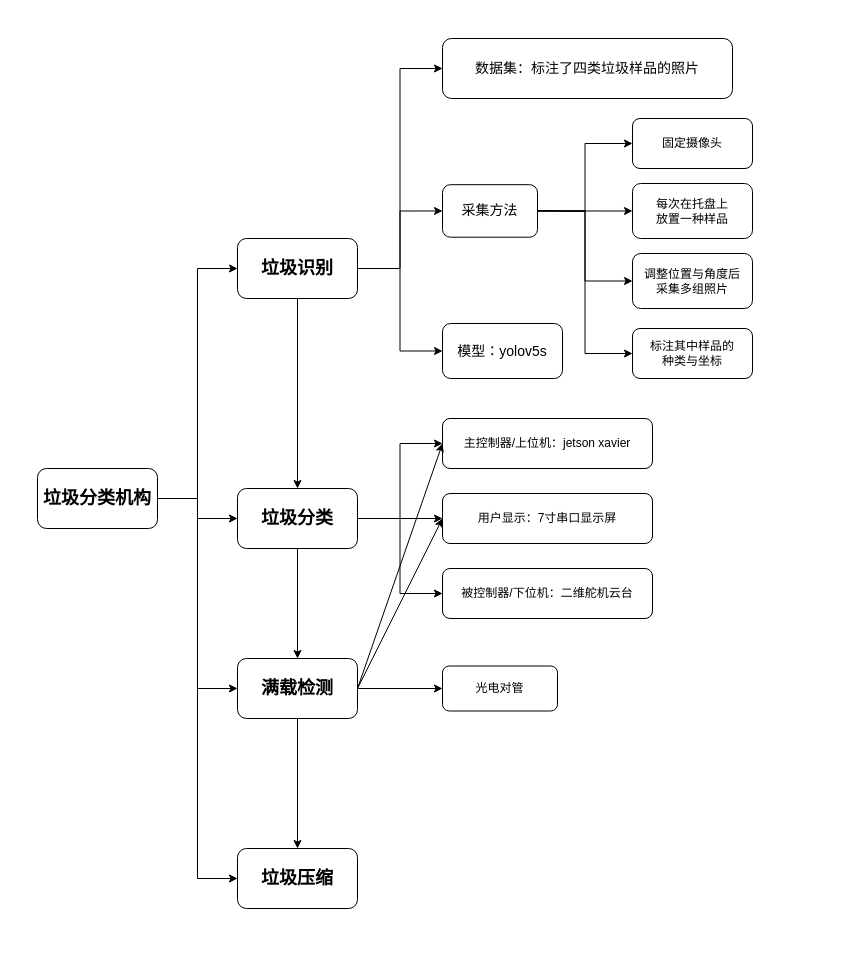
Earlier version of the draw.io diagram rubbish.drawio (asandstar/ArduinoBalanceCar). Source tidied: cells renumbered, new cells numbered last; positions are measured from the earlier drawing's top-left corner, leaving out a move shared by most shapes. Both pictures are drawn from the tidied source at 100%, with x=0, y=0 at pixel (37, 38).
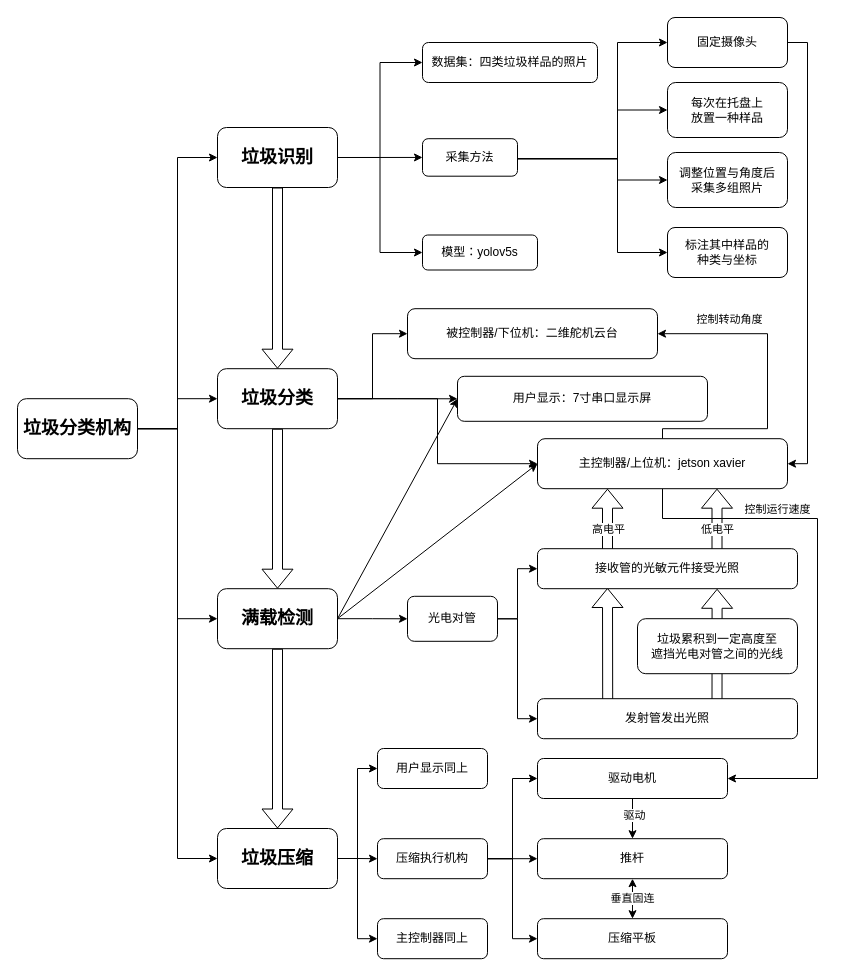
After the change.

Change to the diagram source:
```diff
@@
-    <mxCell id="2" style="edgeStyle=orthogonalEdgeStyle;rounded=0;jettySize=auto;html=1;exitX=1;exitY=0.5;exitDx=0;exitDy=0;entryX=0;entryY=0.5;entryDx=0;entryDy=0;" parent="1" edge="1" source="6" target="10">
-      <mxGeometry relative="1" as="geometry">
-        <Array as="points">
-          <mxPoint x="160" y="460" />
-          <mxPoint x="160" y="230" />
-        </Array>
-      </mxGeometry>
-    </mxCell>
@@
+    <mxCell id="2" style="edgeStyle=orthogonalEdgeStyle;rounded=0;jettySize=auto;html=1;exitX=1;exitY=0.5;exitDx=0;exitDy=0;entryX=0;entryY=0.5;entryDx=0;entryDy=0;" parent="1" edge="1" source="6" target="10">
+      <mxGeometry relative="1" as="geometry" />
+    </mxCell>
-    <mxCell id="5" style="edgeStyle=orthogonalEdgeStyle;rounded=0;jettySize=auto;html=1;entryX=0;entryY=0.5;entryDx=0;entryDy=0;" parent="1" edge="1" source="6" target="17">
-      <mxGeometry relative="1" as="geometry">
-        <Array as="points">
-          <mxPoint x="160" y="460" />
-          <mxPoint x="160" y="840" />
-        </Array>
-      </mxGeometry>
+    <mxCell id="5" style="edgeStyle=orthogonalEdgeStyle;rounded=0;jettySize=auto;html=1;exitX=1;exitY=0.5;exitDx=0;exitDy=0;entryX=0;entryY=0.5;entryDx=0;entryDy=0;" parent="1" edge="1" source="6" target="17">
+      <mxGeometry relative="1" as="geometry" />
     </mxCell>
     <mxCell id="6" value="&lt;b&gt;&lt;font style=&quot;font-size: 18px;&quot;&gt;垃圾分类机构&lt;/font&gt;&lt;/b&gt;" style="rounded=1;whiteSpace=wrap;html=1;" parent="1" vertex="1">
-      <mxGeometry y="430" width="120" height="60" as="geometry" />
+      <mxGeometry x="-20" y="360.2" width="120" height="60" as="geometry" />
     </mxCell>
@@
     <mxCell id="10" value="&lt;b&gt;&lt;font style=&quot;font-size: 18px;&quot;&gt;垃圾识别&lt;/font&gt;&lt;/b&gt;" style="rounded=1;whiteSpace=wrap;html=1;" parent="1" vertex="1">
-      <mxGeometry x="200" y="200" width="120" height="60" as="geometry" />
+      <mxGeometry x="180" y="89" width="120" height="60" as="geometry" />
     </mxCell>
@@
     <mxCell id="12" value="&lt;b&gt;&lt;font style=&quot;font-size: 18px;&quot;&gt;满载检测&lt;/font&gt;&lt;/b&gt;" style="rounded=1;whiteSpace=wrap;html=1;" parent="1" vertex="1">
-      <mxGeometry x="200" y="620" width="120" height="60" as="geometry" />
+      <mxGeometry x="180" y="550.2" width="120" height="60" as="geometry" />
     </mxCell>
@@
-    <mxCell id="14" style="edgeStyle=orthogonalEdgeStyle;rounded=0;jettySize=auto;html=1;exitX=1;exitY=0.5;exitDx=0;exitDy=0;entryX=0;entryY=0.5;entryDx=0;entryDy=0;" parent="1" edge="1" source="16" target="33">
+    <mxCell id="14" style="edgeStyle=orthogonalEdgeStyle;rounded=0;jettySize=auto;html=1;exitX=1;exitY=0.5;exitDx=0;exitDy=0;entryX=0;entryY=0.5;entryDx=0;entryDy=0;fontSize=14;" parent="1" edge="1" source="16" target="33">
       <mxGeometry relative="1" as="geometry" />
     </mxCell>
@@
     <mxCell id="16" value="&lt;b&gt;&lt;font style=&quot;font-size: 18px;&quot;&gt;垃圾分类&lt;/font&gt;&lt;/b&gt;" style="rounded=1;whiteSpace=wrap;html=1;" parent="1" vertex="1">
-      <mxGeometry x="200" y="450" width="120" height="60" as="geometry" />
+      <mxGeometry x="180" y="330.2" width="120" height="60" as="geometry" />
     </mxCell>
+    <mxCell id="38" style="edgeStyle=orthogonalEdgeStyle;rounded=0;jettySize=auto;html=1;exitX=1;exitY=0.5;exitDx=0;exitDy=0;entryX=0;entryY=0.5;entryDx=0;entryDy=0;" parent="1" edge="1" source="17" target="60">
+      <mxGeometry relative="1" as="geometry" />
+    </mxCell>
+    <mxCell id="39" style="edgeStyle=orthogonalEdgeStyle;rounded=0;jettySize=auto;html=1;exitX=1;exitY=0.5;exitDx=0;exitDy=0;entryX=0;entryY=0.5;entryDx=0;entryDy=0;" parent="1" edge="1" source="17" target="67">
+      <mxGeometry relative="1" as="geometry" />
+    </mxCell>
+    <mxCell id="40" style="edgeStyle=orthogonalEdgeStyle;rounded=0;jettySize=auto;html=1;exitX=1;exitY=0.5;exitDx=0;exitDy=0;entryX=0;entryY=0.5;entryDx=0;entryDy=0;" parent="1" edge="1" source="17" target="68">
+      <mxGeometry relative="1" as="geometry" />
+    </mxCell>
     <mxCell id="17" value="&lt;b&gt;&lt;font style=&quot;font-size: 18px;&quot;&gt;垃圾压缩&lt;/font&gt;&lt;/b&gt;" style="rounded=1;whiteSpace=wrap;html=1;" parent="1" vertex="1">
-      <mxGeometry x="200" y="810" width="120" height="60" as="geometry" />
+      <mxGeometry x="180" y="790" width="120" height="60" as="geometry" />
     </mxCell>
-    <mxCell id="18" style="endArrow=classic;html=1;rounded=0;exitX=0.5;exitY=1;exitDx=0;exitDy=0;entryX=0.5;entryY=0;entryDx=0;entryDy=0;" parent="1" edge="1" source="10" target="16">
+    <mxCell id="18" style="endArrow=classic;html=1;rounded=0;exitX=0.5;exitY=1;exitDx=0;exitDy=0;entryX=0.5;entryY=0;entryDx=0;entryDy=0;shape=flexArrow;" parent="1" edge="1" source="10" target="16">
       <mxGeometry relative="1" as="geometry" />
     </mxCell>
-    <mxCell id="19" style="endArrow=classic;html=1;rounded=0;exitX=0.5;exitY=1;exitDx=0;exitDy=0;entryX=0.5;entryY=0;entryDx=0;entryDy=0;" parent="1" edge="1" source="16" target="12">
+    <mxCell id="19" style="endArrow=classic;html=1;rounded=0;exitX=0.5;exitY=1;exitDx=0;exitDy=0;entryX=0.5;entryY=0;entryDx=0;entryDy=0;shape=flexArrow;" parent="1" edge="1" source="16" target="12">
       <mxGeometry relative="1" as="geometry" />
     </mxCell>
-    <mxCell id="20" style="endArrow=classic;html=1;rounded=0;exitX=0.5;exitY=1;exitDx=0;exitDy=0;entryX=0.5;entryY=0;entryDx=0;entryDy=0;" parent="1" edge="1" source="12" target="17">
+    <mxCell id="20" style="endArrow=classic;html=1;rounded=0;exitX=0.5;exitY=1;exitDx=0;exitDy=0;entryX=0.5;entryY=0;entryDx=0;entryDy=0;shape=flexArrow;" parent="1" edge="1" source="12" target="17">
       <mxGeometry relative="1" as="geometry" />
     </mxCell>
-    <mxCell id="21" value="&lt;font style=&quot;font-size: 14px;&quot;&gt;&lt;span style=&quot;&quot; lang=&quot;EN-US&quot;&gt;模型：&lt;/span&gt;&lt;span style=&quot;font-family: Calibri, sans-serif;&quot; lang=&quot;EN-US&quot;&gt;yolov5s&lt;/span&gt;&lt;/font&gt;" style="rounded=1;whiteSpace=wrap;html=1;" parent="1" vertex="1">
-      <mxGeometry x="405" y="285" width="120" height="55" as="geometry" />
+    <mxCell id="21" value="&lt;font style=&quot;font-size: 12px;&quot;&gt;&lt;span style=&quot;&quot; lang=&quot;EN-US&quot;&gt;模型：&lt;/span&gt;&lt;span style=&quot;font-family: Calibri, sans-serif;&quot; lang=&quot;EN-US&quot;&gt;yolov5s&lt;/span&gt;&lt;/font&gt;" style="rounded=1;whiteSpace=wrap;html=1;" parent="1" vertex="1">
+      <mxGeometry x="385" y="196.5" width="115" height="35" as="geometry" />
     </mxCell>
-    <mxCell id="22" value="&lt;font style=&quot;&quot;&gt;&lt;font style=&quot;font-size: 14px;&quot;&gt;数据集：标注了四类垃圾样品的照片&lt;/font&gt;&lt;br&gt;&lt;/font&gt;" style="rounded=1;whiteSpace=wrap;html=1;" parent="1" vertex="1">
-      <mxGeometry x="405" width="290" height="60" as="geometry" />
+    <mxCell id="22" value="&lt;font style=&quot;&quot;&gt;&lt;font style=&quot;font-size: 12px;&quot;&gt;数据集：四类垃圾样品的照片&lt;/font&gt;&lt;br&gt;&lt;/font&gt;" style="rounded=1;whiteSpace=wrap;html=1;" parent="1" vertex="1">
+      <mxGeometry x="385" y="4" width="175" height="40" as="geometry" />
     </mxCell>
     <mxCell id="23" style="edgeStyle=orthogonalEdgeStyle;rounded=0;jettySize=auto;html=1;exitX=1;exitY=0.5;exitDx=0;exitDy=0;entryX=0;entryY=0.5;entryDx=0;entryDy=0;" parent="1" edge="1" source="27" target="28">
-      <mxGeometry relative="1" as="geometry" />
+      <mxGeometry relative="1" as="geometry">
+        <Array as="points">
+          <mxPoint x="480" y="120.2" />
+          <mxPoint x="580" y="120.2" />
+          <mxPoint x="580" y="4.2" />
+        </Array>
+      </mxGeometry>
     </mxCell>
     <mxCell id="24" style="edgeStyle=orthogonalEdgeStyle;rounded=0;jettySize=auto;html=1;exitX=1;exitY=0.5;exitDx=0;exitDy=0;entryX=0;entryY=0.5;entryDx=0;entryDy=0;" parent="1" edge="1" source="27" target="29">
-      <mxGeometry relative="1" as="geometry" />
+      <mxGeometry relative="1" as="geometry">
+        <Array as="points">
+          <mxPoint x="480" y="120.2" />
+          <mxPoint x="580" y="120.2" />
+          <mxPoint x="580" y="71.2" />
+        </Array>
+      </mxGeometry>
     </mxCell>
     <mxCell id="25" style="edgeStyle=orthogonalEdgeStyle;rounded=0;jettySize=auto;html=1;exitX=1;exitY=0.5;exitDx=0;exitDy=0;entryX=0;entryY=0.5;entryDx=0;entryDy=0;" parent="1" edge="1" source="27" target="30">
-      <mxGeometry relative="1" as="geometry" />
+      <mxGeometry relative="1" as="geometry">
+        <Array as="points">
+          <mxPoint x="480" y="120.2" />
+          <mxPoint x="580" y="120.2" />
+          <mxPoint x="580" y="141.2" />
+        </Array>
+      </mxGeometry>
     </mxCell>
     <mxCell id="26" style="edgeStyle=orthogonalEdgeStyle;rounded=0;jettySize=auto;html=1;exitX=1;exitY=0.5;exitDx=0;exitDy=0;entryX=0;entryY=0.5;entryDx=0;entryDy=0;" parent="1" edge="1" source="27" target="31">
-      <mxGeometry relative="1" as="geometry" />
+      <mxGeometry relative="1" as="geometry">
+        <Array as="points">
+          <mxPoint x="480" y="120.2" />
+          <mxPoint x="580" y="120.2" />
+          <mxPoint x="580" y="214.2" />
+        </Array>
+      </mxGeometry>
     </mxCell>
-    <mxCell id="27" value="&lt;font style=&quot;font-size: 14px;&quot;&gt;采集方法&lt;/font&gt;" style="rounded=1;whiteSpace=wrap;html=1;" parent="1" vertex="1">
-      <mxGeometry x="405" y="146.2" width="95" height="52.5" as="geometry" />
+    <mxCell id="27" value="&lt;font style=&quot;font-size: 12px;&quot;&gt;采集方法&lt;/font&gt;" style="rounded=1;whiteSpace=wrap;html=1;" parent="1" vertex="1">
+      <mxGeometry x="385" y="100.2" width="95" height="37.5" as="geometry" />
     </mxCell>
+    <mxCell id="41" style="edgeStyle=orthogonalEdgeStyle;rounded=0;jettySize=auto;html=1;exitX=1;exitY=0.5;exitDx=0;exitDy=0;entryX=1;entryY=0.5;entryDx=0;entryDy=0;" parent="1" edge="1" source="28" target="32">
+      <mxGeometry relative="1" as="geometry">
+        <Array as="points">
+          <mxPoint x="770" y="4.2" />
+          <mxPoint x="770" y="425.2" />
+        </Array>
+      </mxGeometry>
+    </mxCell>
     <mxCell id="28" value="固定摄像头" style="rounded=1;whiteSpace=wrap;html=1;" parent="1" vertex="1">
-      <mxGeometry x="595" y="80" width="120" height="50" as="geometry" />
+      <mxGeometry x="630" y="-21" width="120" height="50" as="geometry" />
     </mxCell>
     <mxCell id="29" value="每次在托盘上&lt;br&gt;放置一种样品" style="rounded=1;whiteSpace=wrap;html=1;" parent="1" vertex="1">
-      <mxGeometry x="595" y="145" width="120" height="55" as="geometry" />
+      <mxGeometry x="630" y="44" width="120" height="55" as="geometry" />
     </mxCell>
     <mxCell id="30" value="调整位置与角度后&lt;br&gt;采集多组照片" style="rounded=1;whiteSpace=wrap;html=1;" parent="1" vertex="1">
-      <mxGeometry x="595" y="215" width="120" height="55" as="geometry" />
+      <mxGeometry x="630" y="114" width="120" height="55" as="geometry" />
     </mxCell>
     <mxCell id="31" value="&lt;font style=&quot;font-size: 12px;&quot;&gt;标注其中样品的&lt;br&gt;种类与坐标&lt;/font&gt;" style="rounded=1;whiteSpace=wrap;html=1;" parent="1" vertex="1">
-      <mxGeometry x="595" y="290" width="120" height="50" as="geometry" />
+      <mxGeometry x="630" y="189" width="120" height="50" as="geometry" />
     </mxCell>
+    <mxCell id="42" style="edgeStyle=orthogonalEdgeStyle;rounded=0;jettySize=auto;html=1;exitX=0.5;exitY=0;exitDx=0;exitDy=0;entryX=1;entryY=0.5;entryDx=0;entryDy=0;" parent="1" edge="1" source="32" target="33">
+      <mxGeometry relative="1" as="geometry">
+        <Array as="points">
+          <mxPoint x="625" y="390.2" />
+          <mxPoint x="730" y="390.2" />
+          <mxPoint x="730" y="295.2" />
+        </Array>
+      </mxGeometry>
+    </mxCell>
+    <mxCell id="43" value="控制转动角度" style="edgeLabel;html=1;align=center;verticalAlign=middle;" parent="42" vertex="1">
+      <mxGeometry x="0.62" y="-2" relative="1" as="geometry">
+        <mxPoint x="10" y="-13" as="offset" />
+      </mxGeometry>
+    </mxCell>
+    <mxCell id="44" style="edgeStyle=orthogonalEdgeStyle;rounded=0;jettySize=auto;html=1;exitX=0.5;exitY=1;exitDx=0;exitDy=0;entryX=1;entryY=0.5;entryDx=0;entryDy=0;" parent="1" edge="1" source="32" target="64">
+      <mxGeometry relative="1" as="geometry">
+        <Array as="points">
+          <mxPoint x="625" y="480" />
+          <mxPoint x="780" y="480" />
+          <mxPoint x="780" y="740" />
+        </Array>
+      </mxGeometry>
+    </mxCell>
+    <mxCell id="45" value="控制运行速度" style="edgeLabel;html=1;align=center;verticalAlign=middle;" parent="44" vertex="1">
+      <mxGeometry x="-0.58" y="1" relative="1" as="geometry">
+        <mxPoint x="32" y="-9" as="offset" />
+      </mxGeometry>
+    </mxCell>
     <mxCell id="32" value="主控制器/上位机：jetson xavier" style="rounded=1;whiteSpace=wrap;html=1;" parent="1" vertex="1">
-      <mxGeometry x="405" y="380" width="210" height="50" as="geometry" />
+      <mxGeometry x="500" y="400.2" width="250" height="50" as="geometry" />
     </mxCell>
     <mxCell id="33" value="被控制器/下位机：二维舵机云台" style="rounded=1;whiteSpace=wrap;html=1;" parent="1" vertex="1">
-      <mxGeometry x="405" y="530" width="210" height="50" as="geometry" />
+      <mxGeometry x="370" y="270.2" width="250" height="50" as="geometry" />
     </mxCell>
     <mxCell id="34" value="用户显示：7寸串口显示屏" style="rounded=1;whiteSpace=wrap;html=1;" parent="1" vertex="1">
-      <mxGeometry x="405" y="455" width="210" height="50" as="geometry" />
+      <mxGeometry x="420" y="337.8" width="250" height="45" as="geometry" />
     </mxCell>
+    <mxCell id="46" style="edgeStyle=orthogonalEdgeStyle;rounded=0;jettySize=auto;html=1;exitX=1;exitY=0.5;exitDx=0;exitDy=0;entryX=0;entryY=0.5;entryDx=0;entryDy=0;" parent="1" edge="1" source="35" target="56">
+      <mxGeometry relative="1" as="geometry" />
+    </mxCell>
+    <mxCell id="47" style="edgeStyle=orthogonalEdgeStyle;rounded=0;jettySize=auto;html=1;exitX=1;exitY=0.5;exitDx=0;exitDy=0;entryX=0;entryY=0.5;entryDx=0;entryDy=0;" parent="1" edge="1" source="35" target="66">
+      <mxGeometry relative="1" as="geometry" />
+    </mxCell>
     <mxCell id="35" value="光电对管" style="rounded=1;whiteSpace=wrap;html=1;" parent="1" vertex="1">
-      <mxGeometry x="405" y="627.5" width="115" height="45" as="geometry" />
+      <mxGeometry x="370" y="557.8" width="90" height="45" as="geometry" />
     </mxCell>
@@
+    <mxCell id="48" style="edgeStyle=orthogonalEdgeStyle;rounded=0;orthogonalLoop=1;jettySize=auto;html=1;exitX=0.5;exitY=1;exitDx=0;exitDy=0;" parent="1" edge="1">
+      <mxGeometry relative="1" as="geometry">
+        <mxPoint x="630" y="440.2" as="sourcePoint" />
+        <mxPoint x="630" y="440.2" as="targetPoint" />
+      </mxGeometry>
+    </mxCell>
+    <mxCell id="49" style="shape=flexArrow;endArrow=classic;html=1;rounded=0;entryX=0.153;entryY=-0.073;entryDx=0;entryDy=0;entryPerimeter=0;" parent="1" edge="1">
+      <mxGeometry relative="1" as="geometry">
+        <mxPoint x="570.2" y="666" as="sourcePoint" />
+        <mxPoint x="570" y="549.5" as="targetPoint" />
+      </mxGeometry>
+    </mxCell>
+    <mxCell id="50" style="shape=flexArrow;endArrow=classic;html=1;rounded=0;entryX=0.731;entryY=-0.061;entryDx=0;entryDy=0;entryPerimeter=0;" parent="1" edge="1">
+      <mxGeometry relative="1" as="geometry">
+        <mxPoint x="679.5" y="667.4" as="sourcePoint" />
+        <mxPoint x="679.6" y="550.3" as="targetPoint" />
+      </mxGeometry>
+    </mxCell>
+    <mxCell id="51" value="垃圾累积到一定高度至&lt;br&gt;遮挡光电对管之间的光线" style="rounded=1;whiteSpace=wrap;html=1;" parent="1" vertex="1">
+      <mxGeometry x="600" y="580.2" width="160" height="55" as="geometry" />
+    </mxCell>
+    <mxCell id="52" style="shape=flexArrow;endArrow=classic;html=1;rounded=0;exitX=0.269;exitY=0.5;exitDx=0;exitDy=0;exitPerimeter=0;" parent="1" edge="1">
+      <mxGeometry relative="1" as="geometry">
+        <mxPoint x="570" y="520.2" as="sourcePoint" />
+        <mxPoint x="570" y="450.2" as="targetPoint" />
+      </mxGeometry>
+    </mxCell>
+    <mxCell id="53" value="高电平" style="edgeLabel;html=1;align=center;verticalAlign=middle;" parent="52" vertex="1">
+      <mxGeometry x="0.08" relative="1" as="geometry">
+        <mxPoint y="8" as="offset" />
+      </mxGeometry>
+    </mxCell>
+    <mxCell id="54" style="shape=flexArrow;endArrow=classic;html=1;rounded=0;" parent="1" edge="1">
+      <mxGeometry relative="1" as="geometry">
+        <mxPoint x="679.5" y="520.2" as="sourcePoint" />
+        <mxPoint x="679.5" y="450.2" as="targetPoint" />
+      </mxGeometry>
+    </mxCell>
+    <mxCell id="55" value="低电平" style="edgeLabel;html=1;align=center;verticalAlign=middle;" parent="54" vertex="1">
+      <mxGeometry x="-0.15" relative="1" as="geometry" />
+    </mxCell>
+    <mxCell id="56" value="发射管发出光照" style="rounded=1;whiteSpace=wrap;html=1;" parent="1" vertex="1">
+      <mxGeometry x="500" y="660.2" width="260" height="40" as="geometry" />
+    </mxCell>
+    <mxCell id="57" style="edgeStyle=orthogonalEdgeStyle;rounded=0;jettySize=auto;html=1;exitX=1;exitY=0.5;exitDx=0;exitDy=0;entryX=0;entryY=0.5;entryDx=0;entryDy=0;" parent="1" edge="1" source="60" target="61">
+      <mxGeometry relative="1" as="geometry" />
+    </mxCell>
+    <mxCell id="58" style="edgeStyle=orthogonalEdgeStyle;rounded=0;jettySize=auto;html=1;exitX=1;exitY=0.5;exitDx=0;exitDy=0;entryX=0;entryY=0.5;entryDx=0;entryDy=0;" parent="1" edge="1" source="60" target="64">
+      <mxGeometry relative="1" as="geometry" />
+    </mxCell>
+    <mxCell id="59" style="edgeStyle=orthogonalEdgeStyle;rounded=0;jettySize=auto;html=1;exitX=1;exitY=0.5;exitDx=0;exitDy=0;entryX=0;entryY=0.5;entryDx=0;entryDy=0;" parent="1" edge="1" source="60" target="65">
+      <mxGeometry relative="1" as="geometry" />
+    </mxCell>
+    <mxCell id="60" value="压缩执行机构" style="rounded=1;whiteSpace=wrap;html=1;" parent="1" vertex="1">
+      <mxGeometry x="340" y="800.2" width="110" height="40" as="geometry" />
+    </mxCell>
+    <mxCell id="61" value="推杆" style="rounded=1;whiteSpace=wrap;html=1;" parent="1" vertex="1">
+      <mxGeometry x="500" y="800.2" width="190" height="40" as="geometry" />
+    </mxCell>
+    <mxCell id="62" style="edgeStyle=orthogonalEdgeStyle;rounded=0;jettySize=auto;html=1;exitX=0.5;exitY=1;exitDx=0;exitDy=0;entryX=0.5;entryY=0;entryDx=0;entryDy=0;" parent="1" edge="1" source="64" target="61">
+      <mxGeometry relative="1" as="geometry" />
+    </mxCell>
+    <mxCell id="63" value="驱动" style="edgeLabel;html=1;align=center;verticalAlign=middle;" parent="62" vertex="1">
+      <mxGeometry x="-0.19" y="1" relative="1" as="geometry" />
+    </mxCell>
+    <mxCell id="64" value="驱动电机" style="rounded=1;whiteSpace=wrap;html=1;" parent="1" vertex="1">
+      <mxGeometry x="500" y="720" width="190" height="40" as="geometry" />
+    </mxCell>
+    <mxCell id="65" value="压缩平板" style="rounded=1;whiteSpace=wrap;html=1;" parent="1" vertex="1">
+      <mxGeometry x="500" y="880.2" width="190" height="40" as="geometry" />
+    </mxCell>
+    <mxCell id="66" value="接收管的光敏元件接受光照" style="rounded=1;whiteSpace=wrap;html=1;" parent="1" vertex="1">
+      <mxGeometry x="500" y="510.2" width="260" height="40" as="geometry" />
+    </mxCell>
-    <mxCell id="37" style="endArrow=classic;html=1;rounded=0;exitX=1;exitY=0.5;exitDx=0;exitDy=0;entryX=0;entryY=0.5;entryDx=0;entryDy=0;" parent="1" edge="1" source="12" target="32">
+    <mxCell id="37" style="endArrow=classic;html=1;rounded=0;entryX=0;entryY=0.5;entryDx=0;entryDy=0;exitX=1;exitY=0.5;exitDx=0;exitDy=0;" parent="1" edge="1" source="12" target="32">
       <mxGeometry relative="1" as="geometry" />
     </mxCell>
+    <mxCell id="67" value="用户显示同上" style="rounded=1;whiteSpace=wrap;html=1;" parent="1" vertex="1">
+      <mxGeometry x="340" y="710" width="110" height="40" as="geometry" />
+    </mxCell>
+    <mxCell id="68" value="主控制器同上" style="rounded=1;whiteSpace=wrap;html=1;" parent="1" vertex="1">
+      <mxGeometry x="340" y="880.2" width="110" height="40" as="geometry" />
+    </mxCell>
+    <mxCell id="69" style="endArrow=classic;startArrow=classic;html=1;rounded=0;exitX=0.5;exitY=1;exitDx=0;exitDy=0;entryX=0.5;entryY=0;entryDx=0;entryDy=0;" parent="1" edge="1" source="61" target="65">
+      <mxGeometry relative="1" as="geometry" />
+    </mxCell>
+    <mxCell id="70" value="垂直固连" style="edgeLabel;html=1;align=center;verticalAlign=middle;" parent="69" vertex="1">
+      <mxGeometry x="-0.07" y="-1" relative="1" as="geometry" />
+    </mxCell>
```
